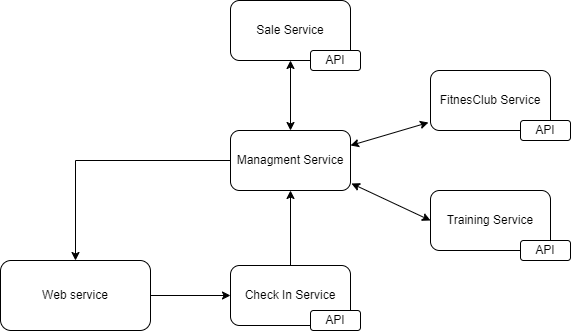
This is фитнесзал.drawio.png from MironovAleksandr93/repositoryFirst, a draw.io export, as it was before one commit. Source tidied: cells renumbered, new cells last; positions are measured from the earlier drawing's top-left corner, leaving out a move shared by most shapes.
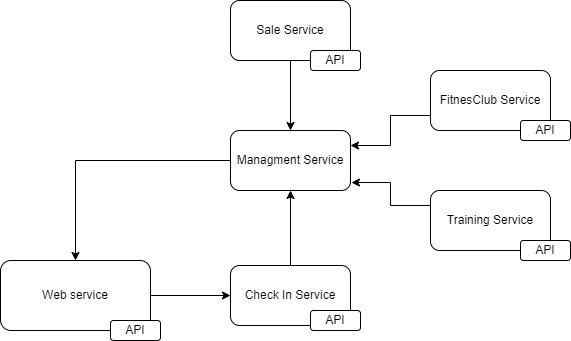
The same file after the commit.

Diff of the diagram source:
```diff
@@ -20,24 +20,21 @@
     <mxCell id="7" value="Managment Service" style="rounded=1;whiteSpace=wrap;html=1;" parent="1" vertex="1">
       <mxGeometry x="230" y="130" width="120" height="60" as="geometry" />
     </mxCell>
+    <mxCell id="18" style="edgeStyle=orthogonalEdgeStyle;rounded=0;jettySize=auto;html=1;exitX=0;exitY=0.75;exitDx=0;exitDy=0;entryX=1;entryY=0.25;entryDx=0;entryDy=0;" parent="1" edge="1" source="8" target="7">
+      <mxGeometry relative="1" as="geometry" />
+    </mxCell>
     <mxCell id="8" value="FitnesClub Service" style="rounded=1;whiteSpace=wrap;html=1;" parent="1" vertex="1">
       <mxGeometry x="430" y="70" width="120" height="60" as="geometry" />
     </mxCell>
     <mxCell id="9" value="Training Service" style="rounded=1;whiteSpace=wrap;html=1;" parent="1" vertex="1">
       <mxGeometry x="430" y="190" width="120" height="60" as="geometry" />
     </mxCell>
+    <mxCell id="19" style="edgeStyle=orthogonalEdgeStyle;rounded=0;jettySize=auto;html=1;exitX=0.5;exitY=1;exitDx=0;exitDy=0;entryX=0.5;entryY=0;entryDx=0;entryDy=0;" parent="1" edge="1" source="10" target="7">
+      <mxGeometry relative="1" as="geometry" />
+    </mxCell>
     <mxCell id="10" value="Sale Service" style="rounded=1;whiteSpace=wrap;html=1;" parent="1" vertex="1">
       <mxGeometry x="230" width="120" height="60" as="geometry" />
     </mxCell>
-    <mxCell id="11" style="endArrow=classic;startArrow=classic;html=1;rounded=0;entryX=0;entryY=0.5;entryDx=0;entryDy=0;exitX=1.008;exitY=0.883;exitDx=0;exitDy=0;exitPerimeter=0;" parent="1" edge="1" source="7" target="9">
-      <mxGeometry relative="1" as="geometry" />
-    </mxCell>
-    <mxCell id="12" style="endArrow=classic;startArrow=classic;html=1;rounded=0;entryX=-0.017;entryY=0.867;entryDx=0;entryDy=0;exitX=1;exitY=0.25;exitDx=0;exitDy=0;entryPerimeter=0;" parent="1" edge="1" source="7" target="8">
-      <mxGeometry relative="1" as="geometry" />
-    </mxCell>
-    <mxCell id="13" style="endArrow=classic;startArrow=classic;html=1;rounded=0;exitX=0.5;exitY=0;exitDx=0;exitDy=0;entryX=0.5;entryY=1;entryDx=0;entryDy=0;" parent="1" edge="1" source="7" target="10">
-      <mxGeometry relative="1" as="geometry" />
-    </mxCell>
     <mxCell id="14" value="API" style="rounded=1;whiteSpace=wrap;html=1;" parent="1" vertex="1">
       <mxGeometry x="310" y="310" width="50" height="20" as="geometry" />
     </mxCell>
@@ -50,5 +47,11 @@
     <mxCell id="17" value="API" style="rounded=1;whiteSpace=wrap;html=1;" parent="1" vertex="1">
       <mxGeometry x="520" y="240" width="50" height="20" as="geometry" />
     </mxCell>
+    <mxCell id="20" style="edgeStyle=orthogonalEdgeStyle;rounded=0;jettySize=auto;html=1;exitX=0;exitY=0.25;exitDx=0;exitDy=0;entryX=1.008;entryY=0.867;entryDx=0;entryDy=0;entryPerimeter=0;" parent="1" edge="1" source="9" target="7">
+      <mxGeometry relative="1" as="geometry" />
+    </mxCell>
+    <mxCell id="21" value="API" style="rounded=1;whiteSpace=wrap;html=1;" parent="1" vertex="1">
+      <mxGeometry x="110" y="320" width="50" height="20" as="geometry" />
+    </mxCell>
   </root>
 </mxGraphModel>
```
